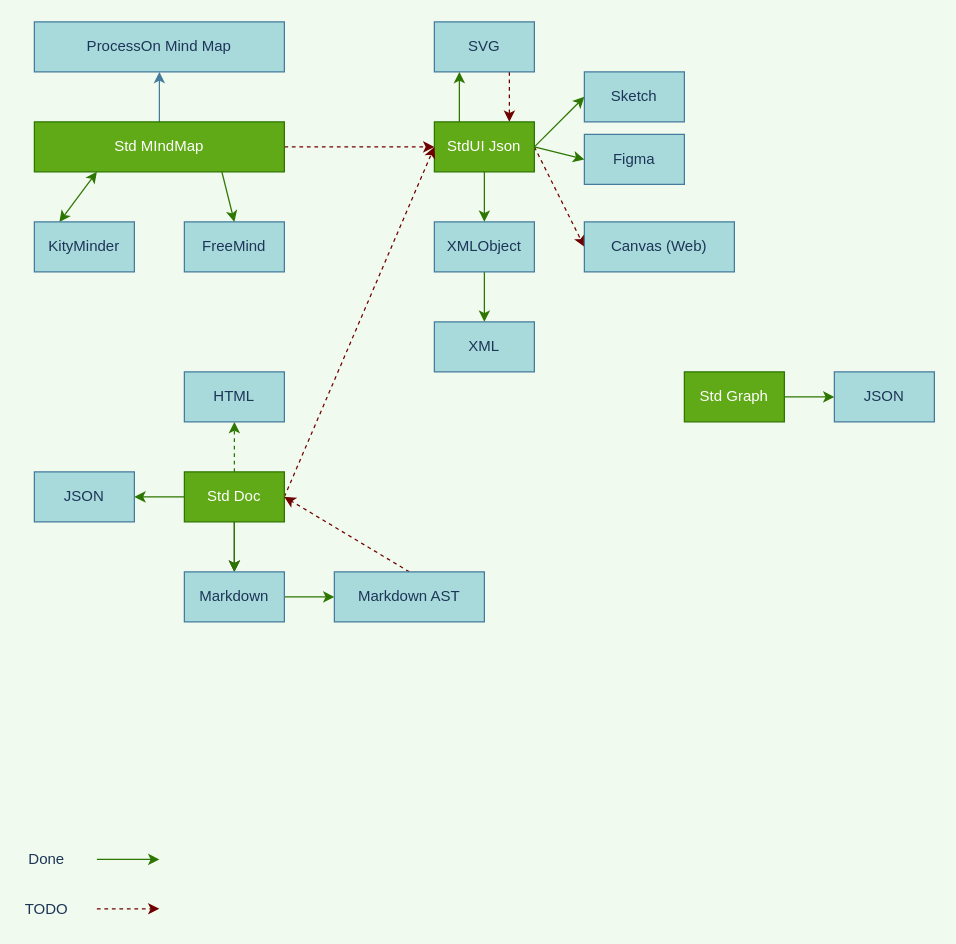
Before: goal.drawio in yunser/json-ui, a draw.io diagram. Source tidied: cells renumbered, new cells numbered last; positions are measured from the earlier drawing's top-left corner, leaving out a move shared by most shapes. Both pictures are drawn from the tidied source at 125%, with x=0, y=0 at pixel (21, 21).
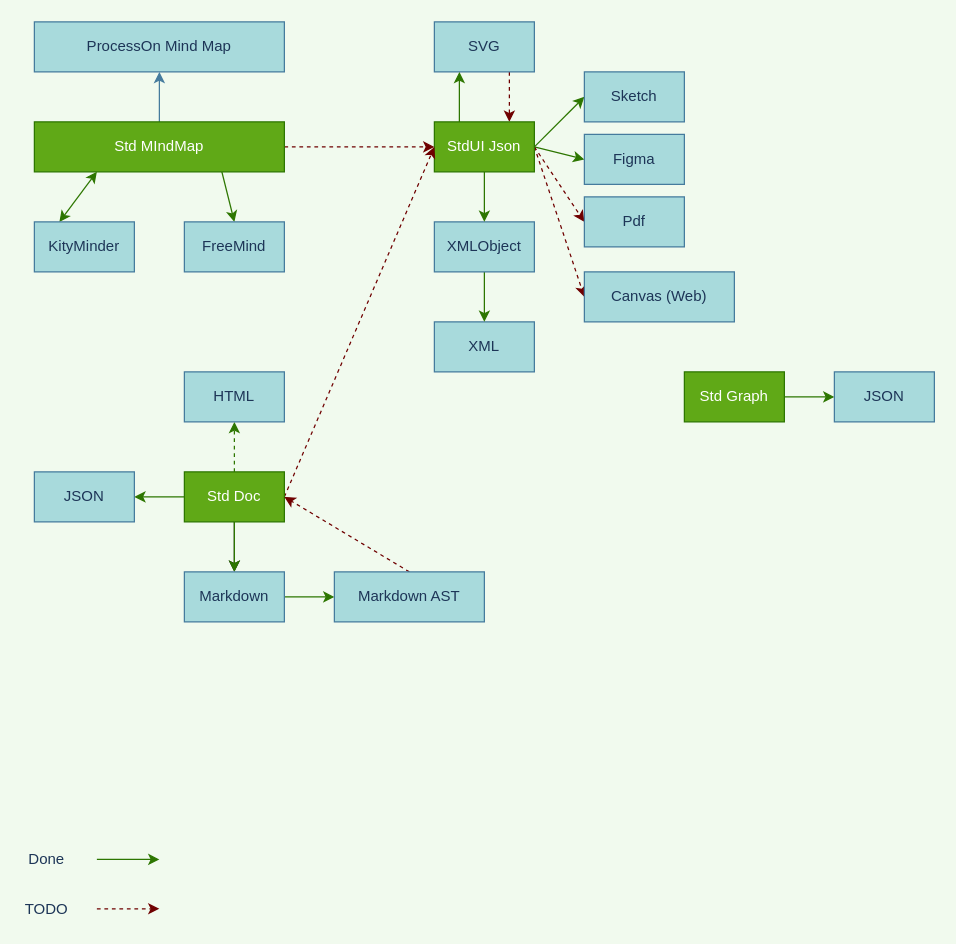
The same diagram, later.

The change refers to these unchanged cells:
```xml
<mxCell id="12" value="StdUI Json" style="whiteSpace=wrap;html=1;fillColor=#60a917;strokeColor=#2D7600;fontColor=#ffffff;" parent="1" vertex="1">
  <mxGeometry x="330" y="80" width="80" height="40" as="geometry" />
</mxCell>
```

Diff of the diagram source:
```diff
@@
+    <mxCell id="43" style="rounded=0;jettySize=auto;html=1;exitX=1;exitY=0.5;exitDx=0;exitDy=0;entryX=0;entryY=0.5;entryDx=0;entryDy=0;fillColor=#a20025;strokeColor=#6F0000;dashed=1;" parent="1" edge="1" source="12" target="44">
+      <mxGeometry relative="1" as="geometry" />
+    </mxCell>
@@
     <mxCell id="41" value="Canvas (Web)" style="whiteSpace=wrap;html=1;fillColor=#A8DADC;strokeColor=#457B9D;fontColor=#1D3557;" parent="1" vertex="1">
-      <mxGeometry x="450" y="160" width="120" height="40" as="geometry" />
+      <mxGeometry x="450" y="200" width="120" height="40" as="geometry" />
     </mxCell>
@@
+    <mxCell id="44" value="Pdf" style="whiteSpace=wrap;html=1;fillColor=#A8DADC;strokeColor=#457B9D;fontColor=#1D3557;" parent="1" vertex="1">
+      <mxGeometry x="450" y="140" width="80" height="40" as="geometry" />
+    </mxCell>
```
